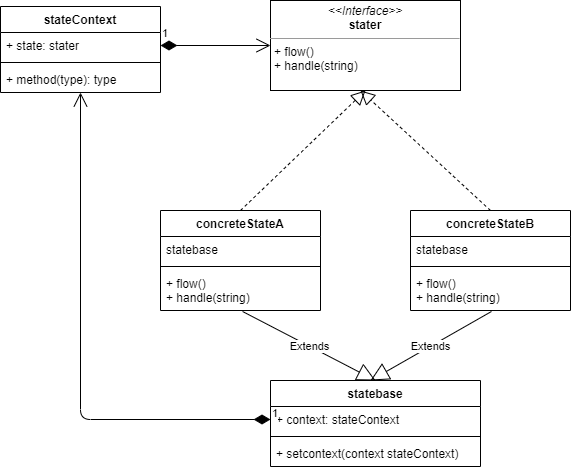
Earlier version of the draw.io export 020/image/statestruct.drawio.png (yinghao-liu/design-pattern). Source tidied: cells renumbered, new cells last; positions are measured from the earlier drawing's top-left corner, leaving out a move shared by most shapes. The source it was exported from:
```xml
<mxGraphModel>
  <root>
    <mxCell id="0" />
    <mxCell id="1" parent="0" />
    <mxCell id="2" value="&lt;p style=&quot;margin: 0px ; margin-top: 4px ; text-align: center&quot;&gt;&lt;i&gt;&amp;lt;&amp;lt;Interface&amp;gt;&amp;gt;&lt;/i&gt;&lt;br&gt;&lt;b&gt;stater&lt;/b&gt;&lt;/p&gt;&lt;hr size=&quot;1&quot;&gt;&lt;p style=&quot;margin: 0px ; margin-left: 4px&quot;&gt;+ flow()&lt;br&gt;+ handle(string)&lt;/p&gt;" style="verticalAlign=top;align=left;overflow=fill;fontSize=12;fontFamily=Helvetica;html=1;" parent="1" vertex="1">
      <mxGeometry x="270" width="190" height="90" as="geometry" />
    </mxCell>
    <mxCell id="3" value="stateContext" style="swimlane;fontStyle=1;align=center;verticalAlign=top;horizontal=1;startSize=26;" parent="1" vertex="1">
      <mxGeometry y="6" width="160" height="86" as="geometry" />
    </mxCell>
    <mxCell id="4" value="+ state: stater" style="text;strokeColor=none;fillColor=none;align=left;verticalAlign=top;spacingLeft=4;spacingRight=4;overflow=hidden;points=[[0,0.5],[1,0.5]];portConstraint=eastwest;" parent="3" vertex="1">
      <mxGeometry y="26" width="160" height="26" as="geometry" />
    </mxCell>
    <mxCell id="5" style="line;strokeWidth=1;fillColor=none;align=left;verticalAlign=middle;spacingTop=-1;spacingLeft=3;spacingRight=3;labelPosition=right;" parent="3" vertex="1">
      <mxGeometry y="52" width="160" height="8" as="geometry" />
    </mxCell>
    <mxCell id="6" value="+ method(type): type" style="text;strokeColor=none;fillColor=none;align=left;verticalAlign=top;spacingLeft=4;spacingRight=4;overflow=hidden;" parent="3" vertex="1">
      <mxGeometry y="60" width="160" height="26" as="geometry" />
    </mxCell>
    <mxCell id="7" value="statebase" style="swimlane;fontStyle=1;align=center;verticalAlign=top;horizontal=1;startSize=26;" parent="1" vertex="1">
      <mxGeometry x="270" y="380" width="210" height="86" as="geometry" />
    </mxCell>
    <mxCell id="8" value="+ context: stateContext" style="text;strokeColor=none;fillColor=none;align=left;verticalAlign=top;spacingLeft=4;spacingRight=4;overflow=hidden;points=[[0,0.5],[1,0.5]];portConstraint=eastwest;" parent="7" vertex="1">
      <mxGeometry y="26" width="210" height="26" as="geometry" />
    </mxCell>
    <mxCell id="9" style="line;strokeWidth=1;fillColor=none;align=left;verticalAlign=middle;spacingTop=-1;spacingLeft=3;spacingRight=3;labelPosition=right;" parent="7" vertex="1">
      <mxGeometry y="52" width="210" height="8" as="geometry" />
    </mxCell>
    <mxCell id="10" value="+ setcontext(context stateContext)" style="text;strokeColor=none;fillColor=none;align=left;verticalAlign=top;spacingLeft=4;spacingRight=4;overflow=hidden;" parent="7" vertex="1">
      <mxGeometry y="60" width="210" height="26" as="geometry" />
    </mxCell>
    <mxCell id="11" value="concreteStateA" style="swimlane;fontStyle=1;align=center;verticalAlign=top;horizontal=1;startSize=26;" parent="1" vertex="1">
      <mxGeometry x="160" y="210" width="160" height="100" as="geometry" />
    </mxCell>
    <mxCell id="12" value="statebase" style="text;strokeColor=none;fillColor=none;align=left;verticalAlign=top;spacingLeft=4;spacingRight=4;overflow=hidden;" parent="11" vertex="1">
      <mxGeometry y="26" width="160" height="26" as="geometry" />
    </mxCell>
    <mxCell id="13" style="line;strokeWidth=1;fillColor=none;align=left;verticalAlign=middle;spacingTop=-1;spacingLeft=3;spacingRight=3;labelPosition=right;" parent="11" vertex="1">
      <mxGeometry y="52" width="160" height="8" as="geometry" />
    </mxCell>
    <mxCell id="14" value="+ flow()&#10;+ handle(string)" style="text;strokeColor=none;fillColor=none;align=left;verticalAlign=top;spacingLeft=4;spacingRight=4;overflow=hidden;points=[[0,0.5],[1,0.5]];portConstraint=eastwest;" parent="11" vertex="1">
      <mxGeometry y="60" width="160" height="40" as="geometry" />
    </mxCell>
    <mxCell id="15" value="concreteStateB" style="swimlane;fontStyle=1;align=center;verticalAlign=top;horizontal=1;startSize=26;" parent="1" vertex="1">
      <mxGeometry x="410" y="210" width="160" height="100" as="geometry" />
    </mxCell>
    <mxCell id="16" value="statebase" style="text;strokeColor=none;fillColor=none;align=left;verticalAlign=top;spacingLeft=4;spacingRight=4;overflow=hidden;" parent="15" vertex="1">
      <mxGeometry y="26" width="160" height="26" as="geometry" />
    </mxCell>
    <mxCell id="17" style="line;strokeWidth=1;fillColor=none;align=left;verticalAlign=middle;spacingTop=-1;spacingLeft=3;spacingRight=3;labelPosition=right;" parent="15" vertex="1">
      <mxGeometry y="52" width="160" height="8" as="geometry" />
    </mxCell>
    <mxCell id="18" value="+ flow()&#10;+ handle(string)" style="text;strokeColor=none;fillColor=none;align=left;verticalAlign=top;spacingLeft=4;spacingRight=4;overflow=hidden;points=[[0,0.5],[1,0.5]];portConstraint=eastwest;" parent="15" vertex="1">
      <mxGeometry y="60" width="160" height="40" as="geometry" />
    </mxCell>
    <mxCell id="19" style="endArrow=block;dashed=1;endFill=0;endSize=12;html=1;entryX=0.5;entryY=1;entryDx=0;entryDy=0;exitX=0.5;exitY=0;exitDx=0;exitDy=0;" parent="1" edge="1" source="11" target="2">
      <mxGeometry relative="1" as="geometry" />
    </mxCell>
    <mxCell id="20" style="endArrow=block;dashed=1;endFill=0;endSize=12;html=1;exitX=0.5;exitY=0;exitDx=0;exitDy=0;" parent="1" edge="1" source="15">
      <mxGeometry relative="1" as="geometry">
        <mxPoint x="360" y="90" as="targetPoint" />
      </mxGeometry>
    </mxCell>
    <mxCell id="21" value="Extends" style="endArrow=block;endSize=16;endFill=0;html=1;entryX=0.5;entryY=0;entryDx=0;entryDy=0;exitX=0.513;exitY=1.025;exitDx=0;exitDy=0;exitPerimeter=0;" parent="1" edge="1" source="14" target="7">
      <mxGeometry relative="1" as="geometry" />
    </mxCell>
    <mxCell id="22" value="Extends" style="endArrow=block;endSize=16;endFill=0;html=1;exitX=0.506;exitY=1.025;exitDx=0;exitDy=0;exitPerimeter=0;" parent="1" edge="1" source="18">
      <mxGeometry relative="1" as="geometry">
        <mxPoint x="370" y="380" as="targetPoint" />
      </mxGeometry>
    </mxCell>
    <mxCell id="23" value="1" style="endArrow=open;html=1;endSize=12;startArrow=diamondThin;startSize=14;startFill=1;edgeStyle=orthogonalEdgeStyle;align=left;verticalAlign=bottom;exitX=1;exitY=0.5;exitDx=0;exitDy=0;entryX=0;entryY=0.5;entryDx=0;entryDy=0;" parent="1" edge="1" source="4" target="2">
      <mxGeometry x="-1" y="3" relative="1" as="geometry" />
    </mxCell>
    <mxCell id="24" value="1" style="endArrow=open;html=1;endSize=12;startArrow=diamondThin;startSize=14;startFill=1;edgeStyle=orthogonalEdgeStyle;align=left;verticalAlign=bottom;exitX=0;exitY=0.5;exitDx=0;exitDy=0;" parent="1" edge="1" source="8" target="3">
      <mxGeometry x="-1" y="3" relative="1" as="geometry" />
    </mxCell>
  </root>
</mxGraphModel>
```
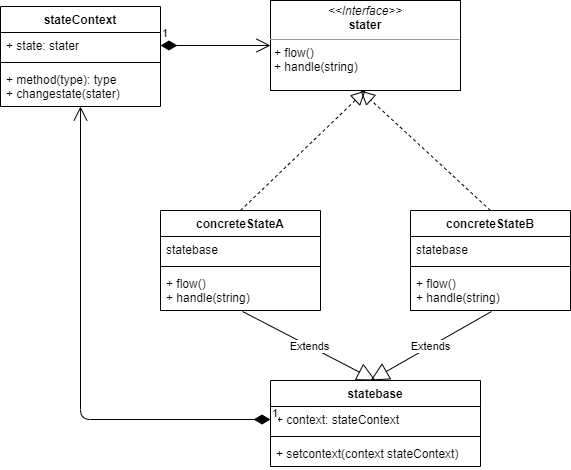
Later version of the same file.

Change to the diagram source:
```diff
@@ -6,7 +6,7 @@
       <mxGeometry x="270" width="190" height="90" as="geometry" />
     </mxCell>
     <mxCell id="3" value="stateContext" style="swimlane;fontStyle=1;align=center;verticalAlign=top;horizontal=1;startSize=26;" parent="1" vertex="1">
-      <mxGeometry y="6" width="160" height="86" as="geometry" />
+      <mxGeometry y="6" width="160" height="100" as="geometry" />
     </mxCell>
     <mxCell id="4" value="+ state: stater" style="text;strokeColor=none;fillColor=none;align=left;verticalAlign=top;spacingLeft=4;spacingRight=4;overflow=hidden;points=[[0,0.5],[1,0.5]];portConstraint=eastwest;" parent="3" vertex="1">
       <mxGeometry y="26" width="160" height="26" as="geometry" />
@@ -14,8 +14,8 @@
     <mxCell id="5" style="line;strokeWidth=1;fillColor=none;align=left;verticalAlign=middle;spacingTop=-1;spacingLeft=3;spacingRight=3;labelPosition=right;" parent="3" vertex="1">
       <mxGeometry y="52" width="160" height="8" as="geometry" />
     </mxCell>
-    <mxCell id="6" value="+ method(type): type" style="text;strokeColor=none;fillColor=none;align=left;verticalAlign=top;spacingLeft=4;spacingRight=4;overflow=hidden;" parent="3" vertex="1">
-      <mxGeometry y="60" width="160" height="26" as="geometry" />
+    <mxCell id="6" value="+ method(type): type&#10;+ changestate(stater)" style="text;strokeColor=none;fillColor=none;align=left;verticalAlign=top;spacingLeft=4;spacingRight=4;overflow=hidden;" parent="3" vertex="1">
+      <mxGeometry y="60" width="160" height="40" as="geometry" />
     </mxCell>
     <mxCell id="7" value="statebase" style="swimlane;fontStyle=1;align=center;verticalAlign=top;horizontal=1;startSize=26;" parent="1" vertex="1">
       <mxGeometry x="270" y="380" width="210" height="86" as="geometry" />
```
